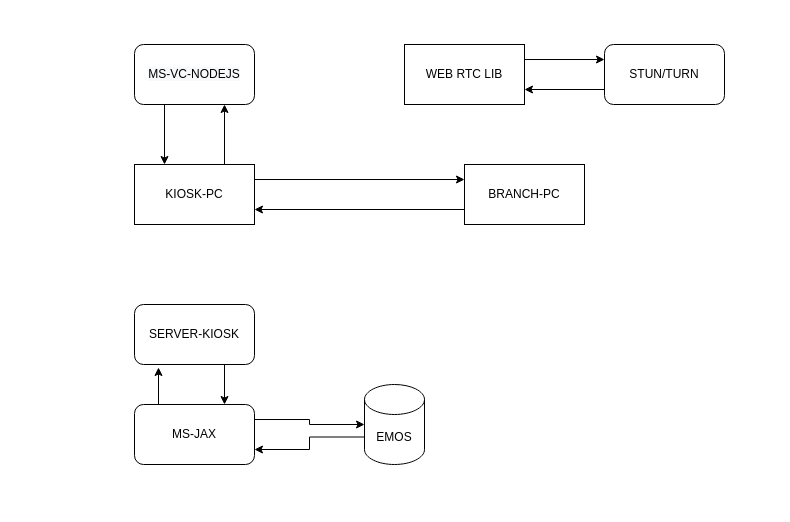
pat246/drawio keeps this draw.io diagram as Almulla/Untitled Diagram.drawio. Above is the earlier version. Source tidied: cells renumbered, new cells numbered last; positions are measured from the earlier drawing's top-left corner, leaving out a move shared by most shapes. Both pictures are drawn from the tidied source at 100%, with x=0, y=0 at pixel (134, 44).
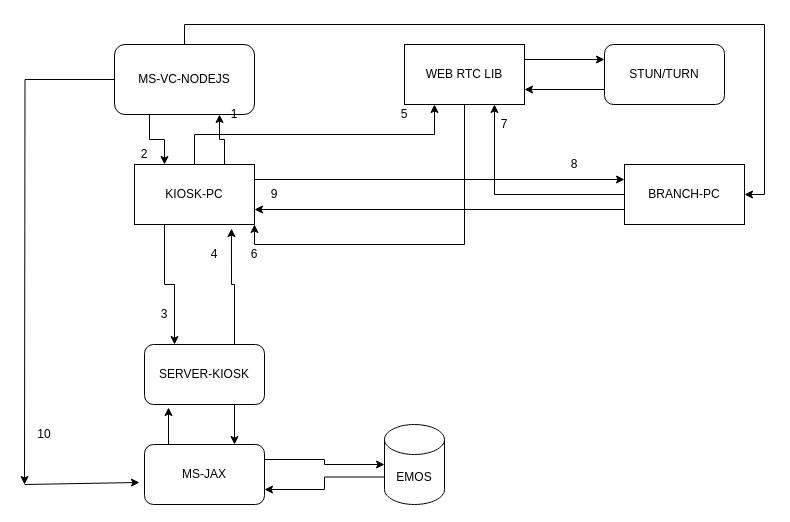
After the change.

The change refers to these unchanged cells:
```xml
<mxCell id="6" value="KIOSK-PC" style="rounded=0;whiteSpace=wrap;html=1;" parent="1" vertex="1">
  <mxGeometry y="120" width="120" height="60" as="geometry" />
</mxCell>
<mxCell id="17" value="WEB RTC LIB" style="rounded=0;whiteSpace=wrap;html=1;" parent="1" vertex="1">
  <mxGeometry x="270" width="120" height="60" as="geometry" />
</mxCell>
```

Change to the diagram source:
```diff
@@
+    <mxCell id="20" style="edgeStyle=orthogonalEdgeStyle;rounded=0;jettySize=auto;html=1;entryX=0.75;entryY=1;entryDx=0;entryDy=0;" parent="1" edge="1" source="3" target="17">
+      <mxGeometry relative="1" as="geometry" />
+    </mxCell>
     <mxCell id="3" value="BRANCH-PC" style="rounded=0;whiteSpace=wrap;html=1;" parent="1" vertex="1">
-      <mxGeometry x="330" y="120" width="120" height="60" as="geometry" />
+      <mxGeometry x="490" y="120" width="120" height="60" as="geometry" />
     </mxCell>
@@
+    <mxCell id="21" style="edgeStyle=orthogonalEdgeStyle;rounded=0;jettySize=auto;html=1;exitX=0.25;exitY=1;exitDx=0;exitDy=0;entryX=0.25;entryY=0;entryDx=0;entryDy=0;" parent="1" edge="1" source="6" target="19">
+      <mxGeometry relative="1" as="geometry" />
+    </mxCell>
+    <mxCell id="22" style="edgeStyle=orthogonalEdgeStyle;rounded=0;jettySize=auto;html=1;exitX=0.5;exitY=0;exitDx=0;exitDy=0;entryX=0.25;entryY=1;entryDx=0;entryDy=0;" parent="1" edge="1" source="6" target="17">
+      <mxGeometry relative="1" as="geometry" />
+    </mxCell>
@@
     <mxCell id="8" value="EMOS" style="shape=cylinder3;whiteSpace=wrap;html=1;boundedLbl=1;backgroundOutline=1;size=15;" parent="1" vertex="1">
-      <mxGeometry x="230" y="340" width="60" height="80" as="geometry" />
+      <mxGeometry x="250" y="380" width="60" height="80" as="geometry" />
     </mxCell>
@@
+    <mxCell id="23" style="edgeStyle=orthogonalEdgeStyle;rounded=0;jettySize=auto;html=1;exitX=0.5;exitY=0;exitDx=0;exitDy=0;entryX=1;entryY=0.5;entryDx=0;entryDy=0;" parent="1" edge="1" source="10" target="3">
+      <mxGeometry relative="1" as="geometry" />
+    </mxCell>
+    <mxCell id="24" style="edgeStyle=orthogonalEdgeStyle;rounded=0;jettySize=auto;html=1;" parent="1" edge="1" source="10">
+      <mxGeometry relative="1" as="geometry">
+        <mxPoint x="-110" y="440" as="targetPoint" />
+      </mxGeometry>
+    </mxCell>
     <mxCell id="10" value="&lt;span style=&quot;color: rgb(0, 0, 0); font-family: helvetica; font-size: 12px; font-style: normal; font-weight: 400; letter-spacing: normal; text-align: center; text-indent: 0px; text-transform: none; word-spacing: 0px; background-color: rgb(248, 249, 250); display: inline; float: none;&quot;&gt;MS-VC-NODEJS&lt;/span&gt;" style="rounded=1;whiteSpace=wrap;html=1;" parent="1" vertex="1">
-      <mxGeometry width="120" height="60" as="geometry" />
+      <mxGeometry x="-20" width="140" height="70" as="geometry" />
     </mxCell>
@@
     <mxCell id="13" value="&lt;span&gt;MS-JAX&lt;/span&gt;" style="rounded=1;whiteSpace=wrap;html=1;" parent="1" vertex="1">
-      <mxGeometry y="360" width="120" height="60" as="geometry" />
+      <mxGeometry x="10" y="400" width="120" height="60" as="geometry" />
     </mxCell>
@@
+    <mxCell id="25" style="edgeStyle=orthogonalEdgeStyle;rounded=0;jettySize=auto;html=1;exitX=0.5;exitY=1;exitDx=0;exitDy=0;entryX=1;entryY=1;entryDx=0;entryDy=0;" parent="1" edge="1" source="17" target="6">
+      <mxGeometry relative="1" as="geometry" />
+    </mxCell>
@@
+    <mxCell id="26" style="edgeStyle=orthogonalEdgeStyle;rounded=0;jettySize=auto;html=1;exitX=0.75;exitY=0;exitDx=0;exitDy=0;entryX=0.808;entryY=1.067;entryDx=0;entryDy=0;entryPerimeter=0;" parent="1" edge="1" source="19" target="6">
+      <mxGeometry relative="1" as="geometry" />
+    </mxCell>
     <mxCell id="19" value="SERVER-KIOSK" style="rounded=1;whiteSpace=wrap;html=1;" parent="1" vertex="1">
-      <mxGeometry y="260" width="120" height="60" as="geometry" />
+      <mxGeometry x="10" y="300" width="120" height="60" as="geometry" />
     </mxCell>
+    <mxCell id="27" value="3" style="text;html=1;strokeColor=none;fillColor=none;align=center;verticalAlign=middle;whiteSpace=wrap;rounded=0;" parent="1" vertex="1">
+      <mxGeometry x="10" y="260" width="40" height="20" as="geometry" />
+    </mxCell>
+    <mxCell id="28" value="4" style="text;html=1;strokeColor=none;fillColor=none;align=center;verticalAlign=middle;whiteSpace=wrap;rounded=0;" parent="1" vertex="1">
+      <mxGeometry x="60" y="200" width="40" height="20" as="geometry" />
+    </mxCell>
+    <mxCell id="29" value="1" style="text;html=1;strokeColor=none;fillColor=none;align=center;verticalAlign=middle;whiteSpace=wrap;rounded=0;" parent="1" vertex="1">
+      <mxGeometry x="80" y="60" width="40" height="20" as="geometry" />
+    </mxCell>
+    <mxCell id="30" value="2" style="text;html=1;strokeColor=none;fillColor=none;align=center;verticalAlign=middle;whiteSpace=wrap;rounded=0;" parent="1" vertex="1">
+      <mxGeometry x="-10" y="100" width="40" height="20" as="geometry" />
+    </mxCell>
+    <mxCell id="31" value="5" style="text;html=1;strokeColor=none;fillColor=none;align=center;verticalAlign=middle;whiteSpace=wrap;rounded=0;" parent="1" vertex="1">
+      <mxGeometry x="250" y="60" width="40" height="20" as="geometry" />
+    </mxCell>
+    <mxCell id="32" value="6" style="text;html=1;strokeColor=none;fillColor=none;align=center;verticalAlign=middle;whiteSpace=wrap;rounded=0;" parent="1" vertex="1">
+      <mxGeometry x="100" y="200" width="40" height="20" as="geometry" />
+    </mxCell>
+    <mxCell id="33" value="8" style="text;html=1;strokeColor=none;fillColor=none;align=center;verticalAlign=middle;whiteSpace=wrap;rounded=0;" parent="1" vertex="1">
+      <mxGeometry x="420" y="110" width="40" height="20" as="geometry" />
+    </mxCell>
+    <mxCell id="34" value="9" style="text;html=1;strokeColor=none;fillColor=none;align=center;verticalAlign=middle;whiteSpace=wrap;rounded=0;" parent="1" vertex="1">
+      <mxGeometry x="120" y="140" width="40" height="20" as="geometry" />
+    </mxCell>
+    <mxCell id="35" value="7" style="text;html=1;strokeColor=none;fillColor=none;align=center;verticalAlign=middle;whiteSpace=wrap;rounded=0;" parent="1" vertex="1">
+      <mxGeometry x="350" y="70" width="40" height="20" as="geometry" />
+    </mxCell>
+    <mxCell id="36" style="endArrow=classic;html=1;entryX=-0.042;entryY=0.633;entryDx=0;entryDy=0;entryPerimeter=0;" parent="1" edge="1" target="13">
+      <mxGeometry relative="1" as="geometry">
+        <mxPoint x="-110" y="440" as="sourcePoint" />
+      </mxGeometry>
+    </mxCell>
+    <mxCell id="37" value="10" style="text;html=1;strokeColor=none;fillColor=none;align=center;verticalAlign=middle;whiteSpace=wrap;rounded=0;" parent="1" vertex="1">
+      <mxGeometry x="-110" y="380" width="40" height="20" as="geometry" />
+    </mxCell>
```
